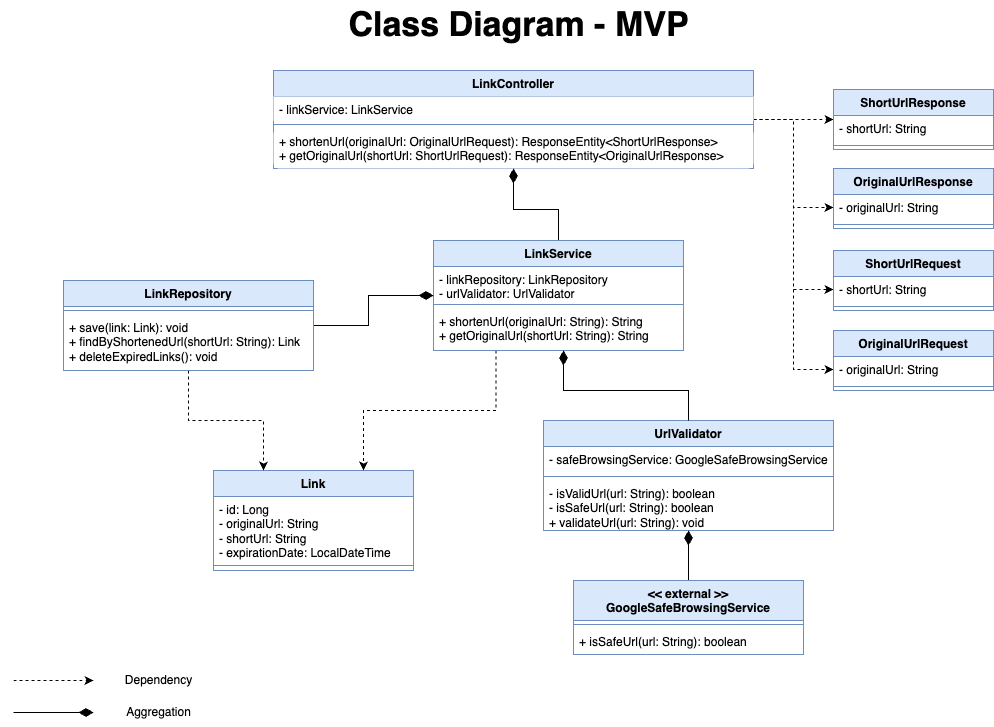
Before: docs/class-diagram.drawio.png, a diagram exported from draw.io (hamxy/LinkCut). Source tidied: cells renumbered, new cells last; positions are measured from the earlier drawing's top-left corner, leaving out a move shared by most shapes.
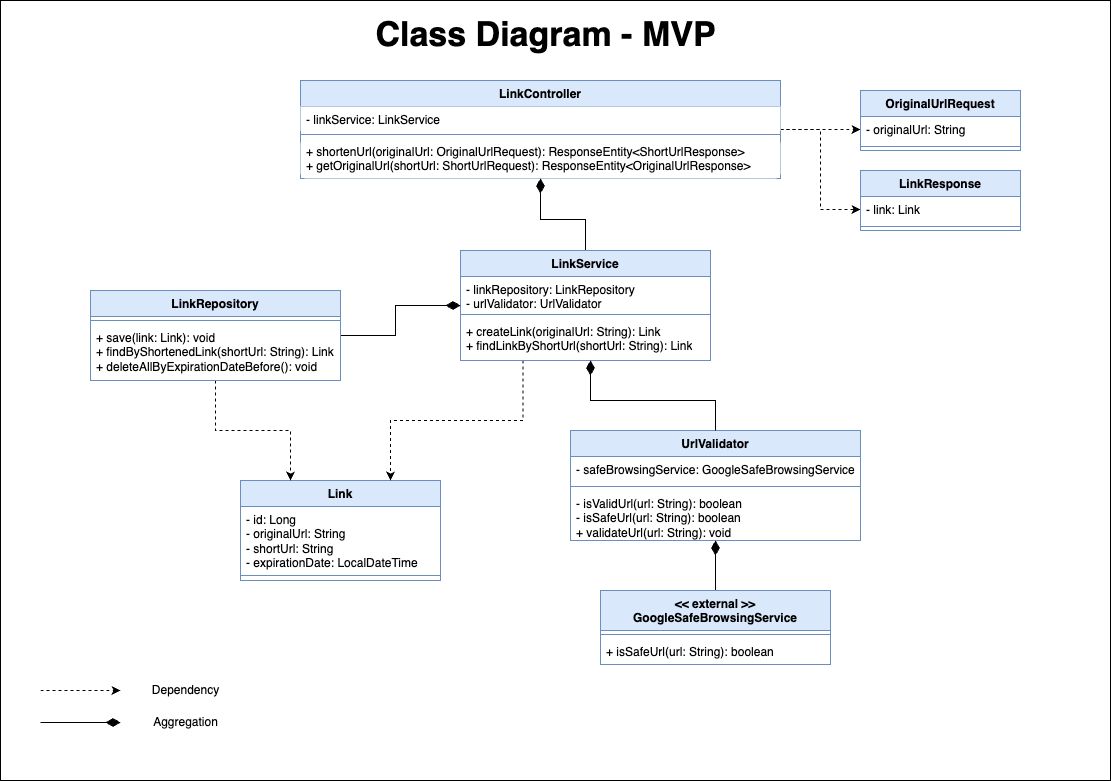
After the change.

The edit, as a diff of the source:
```diff
@@ -2,6 +2,9 @@
   <root>
     <mxCell id="0" />
     <mxCell id="1" parent="0" />
+    <mxCell id="50" style="rounded=0;whiteSpace=wrap;html=1;" parent="1" vertex="1">
+      <mxGeometry x="-40" y="-10" width="1110" height="780" as="geometry" />
+    </mxCell>
     <mxCell id="2" value="Link" style="swimlane;fontStyle=1;align=center;verticalAlign=top;horizontal=1;startSize=26;whiteSpace=wrap;html=1;fillColor=#dae8fc;strokeColor=#6c8ebf;shadow=0;" parent="1" vertex="1">
       <mxGeometry x="200" y="470" width="200" height="100" as="geometry" />
     </mxCell>
@@ -11,12 +14,6 @@
     <mxCell id="4" style="line;strokeWidth=1;fillColor=none;align=left;verticalAlign=middle;spacingTop=-1;spacingLeft=3;spacingRight=3;labelPosition=right;strokeColor=inherit;shadow=0;" parent="2" vertex="1">
       <mxGeometry y="90" width="200" height="10" as="geometry" />
     </mxCell>
-    <mxCell id="5" style="edgeStyle=orthogonalEdgeStyle;rounded=0;jettySize=auto;html=1;dashed=1;shadow=0;" parent="1" edge="1" source="9" target="28">
-      <mxGeometry relative="1" as="geometry" />
-    </mxCell>
-    <mxCell id="6" style="edgeStyle=orthogonalEdgeStyle;rounded=0;hachureGap=4;jettySize=auto;html=1;exitX=1;exitY=0.5;exitDx=0;exitDy=0;entryX=0;entryY=0.5;entryDx=0;entryDy=0;fontFamily=Architects Daughter;fontSource=https%3A%2F%2Ffonts.googleapis.com%2Fcss%3Ffamily%3DArchitects%2BDaughter;dashed=1;" parent="1" edge="1" source="9" target="48">
-      <mxGeometry relative="1" as="geometry" />
-    </mxCell>
     <mxCell id="7" style="edgeStyle=orthogonalEdgeStyle;rounded=0;hachureGap=4;jettySize=auto;html=1;exitX=1;exitY=0.5;exitDx=0;exitDy=0;entryX=0;entryY=0.5;entryDx=0;entryDy=0;fontFamily=Architects Daughter;fontSource=https%3A%2F%2Ffonts.googleapis.com%2Fcss%3Ffamily%3DArchitects%2BDaughter;dashed=1;" parent="1" edge="1" source="9" target="32">
       <mxGeometry relative="1" as="geometry" />
     </mxCell>
@@ -50,7 +47,7 @@
     <mxCell id="17" style="line;strokeWidth=1;fillColor=none;align=left;verticalAlign=middle;spacingTop=-1;spacingLeft=3;spacingRight=3;labelPosition=right;strokeColor=inherit;shadow=0;" parent="15" vertex="1">
       <mxGeometry y="60" width="250" height="8" as="geometry" />
     </mxCell>
-    <mxCell id="18" value="+ shortenUrl(originalUrl: String): String&lt;div&gt;+ getOriginalUrl(shortUrl: String): String&lt;/div&gt;" style="text;strokeColor=none;fillColor=none;align=left;verticalAlign=top;spacingLeft=4;spacingRight=4;overflow=hidden;points=[[0,0.5],[1,0.5]];portConstraint=eastwest;whiteSpace=wrap;html=1;shadow=0;" parent="15" vertex="1">
+    <mxCell id="18" value="+ createLink(originalUrl: String): Link&lt;div&gt;+ findLinkByShortUrl(shortUrl: String): Link&lt;/div&gt;" style="text;strokeColor=none;fillColor=none;align=left;verticalAlign=top;spacingLeft=4;spacingRight=4;overflow=hidden;points=[[0,0.5],[1,0.5]];portConstraint=eastwest;whiteSpace=wrap;html=1;shadow=0;" parent="15" vertex="1">
       <mxGeometry y="68" width="250" height="42" as="geometry" />
     </mxCell>
     <mxCell id="19" style="edgeStyle=orthogonalEdgeStyle;rounded=0;jettySize=auto;html=1;entryX=0.25;entryY=0;entryDx=0;entryDy=0;dashed=1;shadow=0;" parent="1" edge="1" source="21" target="2">
@@ -65,7 +62,7 @@
     <mxCell id="22" style="line;strokeWidth=1;fillColor=none;align=left;verticalAlign=middle;spacingTop=-1;spacingLeft=3;spacingRight=3;labelPosition=right;strokeColor=inherit;shadow=0;" parent="21" vertex="1">
       <mxGeometry y="26" width="250" height="8" as="geometry" />
     </mxCell>
-    <mxCell id="23" value="+ save(link: Link): void&lt;div&gt;+ findByShortenedUrl(shortUrl: String): Link&lt;/div&gt;&lt;div&gt;+ deleteExpiredLinks(): void&lt;/div&gt;" style="text;strokeColor=none;fillColor=none;align=left;verticalAlign=top;spacingLeft=4;spacingRight=4;overflow=hidden;whiteSpace=wrap;html=1;shadow=0;" parent="21" vertex="1">
+    <mxCell id="23" value="+ save(link: Link): void&lt;div&gt;+ findByShortenedLink(shortUrl: String): Link&lt;/div&gt;&lt;div&gt;+ deleteAllByExpirationDateBefore(): void&lt;/div&gt;" style="text;strokeColor=none;fillColor=none;align=left;verticalAlign=top;spacingLeft=4;spacingRight=4;overflow=hidden;whiteSpace=wrap;html=1;shadow=0;" parent="21" vertex="1">
       <mxGeometry y="34" width="250" height="56" as="geometry" />
     </mxCell>
     <mxCell id="24" value="UrlValidator" style="swimlane;fontStyle=1;align=center;verticalAlign=top;horizontal=1;startSize=26;whiteSpace=wrap;html=1;fillColor=#dae8fc;strokeColor=#6c8ebf;shadow=0;" parent="1" vertex="1">
@@ -80,17 +77,8 @@
     <mxCell id="27" value="- isValidUrl(url: String): boolean&lt;div&gt;- isSafeUrl(url: String): boolean&lt;/div&gt;&lt;div&gt;+ validateUrl(url: String): void&lt;/div&gt;" style="text;strokeColor=none;fillColor=none;align=left;verticalAlign=top;spacingLeft=4;spacingRight=4;overflow=hidden;whiteSpace=wrap;html=1;shadow=0;" parent="24" vertex="1">
       <mxGeometry y="60" width="290" height="50" as="geometry" />
     </mxCell>
-    <mxCell id="28" value="ShortUrlResponse" style="swimlane;fontStyle=1;align=center;verticalAlign=top;horizontal=1;startSize=26;whiteSpace=wrap;html=1;fillColor=#dae8fc;strokeColor=#6c8ebf;shadow=0;" parent="1" vertex="1">
-      <mxGeometry x="820" y="89" width="160" height="60" as="geometry" />
-    </mxCell>
-    <mxCell id="29" value="- shortUrl: String" style="text;strokeColor=none;fillColor=none;align=left;verticalAlign=top;spacingLeft=4;spacingRight=4;overflow=hidden;whiteSpace=wrap;html=1;shadow=0;" parent="28" vertex="1">
-      <mxGeometry y="26" width="160" height="26" as="geometry" />
-    </mxCell>
-    <mxCell id="30" style="line;strokeWidth=1;fillColor=none;align=left;verticalAlign=middle;spacingTop=-1;spacingLeft=3;spacingRight=3;labelPosition=right;strokeColor=inherit;shadow=0;" parent="28" vertex="1">
-      <mxGeometry y="52" width="160" height="8" as="geometry" />
-    </mxCell>
-    <mxCell id="31" value="OriginalUrlResponse" style="swimlane;fontStyle=1;align=center;verticalAlign=top;horizontal=1;startSize=26;whiteSpace=wrap;html=1;fillColor=#dae8fc;strokeColor=#6c8ebf;shadow=0;" parent="1" vertex="1">
-      <mxGeometry x="820" y="168" width="160" height="60" as="geometry" />
+    <mxCell id="31" value="OriginalUrlRequest" style="swimlane;fontStyle=1;align=center;verticalAlign=top;horizontal=1;startSize=26;whiteSpace=wrap;html=1;fillColor=#dae8fc;strokeColor=#6c8ebf;shadow=0;" parent="1" vertex="1">
+      <mxGeometry x="820" y="80" width="160" height="60" as="geometry" />
     </mxCell>
     <mxCell id="32" value="- originalUrl: String" style="text;strokeColor=none;fillColor=none;align=left;verticalAlign=top;spacingLeft=4;spacingRight=4;overflow=hidden;points=[[0,0.5],[1,0.5]];portConstraint=eastwest;whiteSpace=wrap;html=1;shadow=0;" parent="31" vertex="1">
       <mxGeometry y="26" width="160" height="26" as="geometry" />
@@ -134,23 +122,14 @@
     <mxCell id="43" value="Aggregation" style="text;html=1;align=center;verticalAlign=middle;strokeColor=none;fillColor=none;shadow=0;" parent="1" vertex="1">
       <mxGeometry x="100" y="697" width="90" height="30" as="geometry" />
     </mxCell>
-    <mxCell id="44" value="ShortUrlRequest&lt;span style=&quot;color: rgba(0, 0, 0, 0); font-family: monospace; font-size: 0px; font-weight: 400; text-align: start; text-wrap: nowrap;&quot;&gt;%3CmxGraphModel%3E%3Croot%3E%3CmxCell%20id%3D%220%22%2F%3E%3CmxCell%20id%3D%221%22%20parent%3D%220%22%2F%3E%3CmxCell%20id%3D%222%22%20value%3D%22ShortUrlResponse%22%20style%3D%22swimlane%3BfontStyle%3D1%3Balign%3Dcenter%3BverticalAlign%3Dtop%3BchildLayout%3DstackLayout%3Bhorizontal%3D1%3BstartSize%3D26%3BhorizontalStack%3D0%3BresizeParent%3D1%3BresizeParentMax%3D0%3BresizeLast%3D0%3Bcollapsible%3D1%3BmarginBottom%3D0%3BwhiteSpace%3Dwrap%3Bhtml%3D1%3BfillColor%3D%23dae8fc%3BstrokeColor%3D%236c8ebf%3Bshadow%3D0%3B%22%20vertex%3D%221%22%20parent%3D%221%22%3E%3CmxGeometry%20x%3D%22900%22%20y%3D%22109%22%20width%3D%22160%22%20height%3D%2260%22%20as%3D%22geometry%22%2F%3E%3C%2FmxCell%3E%3CmxCell%20id%3D%223%22%20value%3D%22-%20shortUrl%3A%20String%22%20style%3D%22text%3BstrokeColor%3Dnone%3BfillColor%3Dnone%3Balign%3Dleft%3BverticalAlign%3Dtop%3BspacingLeft%3D4%3BspacingRight%3D4%3Boverflow%3Dhidden%3Brotatable%3D0%3Bpoints%3D%5B%5B0%2C0.5%5D%2C%5B1%2C0.5%5D%5D%3BportConstraint%3Deastwest%3BwhiteSpace%3Dwrap%3Bhtml%3D1%3Bshadow%3D0%3B%22%20vertex%3D%221%22%20parent%3D%222%22%3E%3CmxGeometry%20y%3D%2226%22%20width%3D%22160%22%20height%3D%2226%22%20as%3D%22geometry%22%2F%3E%3C%2FmxCell%3E%3CmxCell%20id%3D%224%22%20value%3D%22%22%20style%3D%22line%3BstrokeWidth%3D1%3BfillColor%3Dnone%3Balign%3Dleft%3BverticalAlign%3Dmiddle%3BspacingTop%3D-1%3BspacingLeft%3D3%3BspacingRight%3D3%3Brotatable%3D0%3BlabelPosition%3Dright%3Bpoints%3D%5B%5D%3BportConstraint%3Deastwest%3BstrokeColor%3Dinherit%3Bshadow%3D0%3B%22%20vertex%3D%221%22%20parent%3D%222%22%3E%3CmxGeometry%20y%3D%2252%22%20width%3D%22160%22%20height%3D%228%22%20as%3D%22geometry%22%2F%3E%3C%2FmxCell%3E%3C%2Froot%3E%3C%2FmxGraphModel%3E&lt;/span&gt;" style="swimlane;fontStyle=1;align=center;verticalAlign=top;horizontal=1;startSize=26;whiteSpace=wrap;html=1;fillColor=#dae8fc;strokeColor=#6c8ebf;shadow=0;" parent="1" vertex="1">
-      <mxGeometry x="820" y="250" width="160" height="60" as="geometry" />
+    <mxCell id="44" value="LinkResponse" style="swimlane;fontStyle=1;align=center;verticalAlign=top;horizontal=1;startSize=26;whiteSpace=wrap;html=1;fillColor=#dae8fc;strokeColor=#6c8ebf;shadow=0;" parent="1" vertex="1">
+      <mxGeometry x="820" y="160" width="160" height="60" as="geometry" />
     </mxCell>
-    <mxCell id="45" value="- shortUrl: String" style="text;strokeColor=none;fillColor=none;align=left;verticalAlign=top;spacingLeft=4;spacingRight=4;overflow=hidden;points=[[0,0.5],[1,0.5]];portConstraint=eastwest;whiteSpace=wrap;html=1;shadow=0;" parent="44" vertex="1">
+    <mxCell id="45" value="- link: Link" style="text;strokeColor=none;fillColor=none;align=left;verticalAlign=top;spacingLeft=4;spacingRight=4;overflow=hidden;points=[[0,0.5],[1,0.5]];portConstraint=eastwest;whiteSpace=wrap;html=1;shadow=0;" parent="44" vertex="1">
       <mxGeometry y="26" width="160" height="26" as="geometry" />
     </mxCell>
     <mxCell id="46" style="line;strokeWidth=1;fillColor=none;align=left;verticalAlign=middle;spacingTop=-1;spacingLeft=3;spacingRight=3;labelPosition=right;strokeColor=inherit;shadow=0;" parent="44" vertex="1">
       <mxGeometry y="52" width="160" height="8" as="geometry" />
     </mxCell>
-    <mxCell id="47" value="OriginalUrlRequest" style="swimlane;fontStyle=1;align=center;verticalAlign=top;horizontal=1;startSize=26;whiteSpace=wrap;html=1;fillColor=#dae8fc;strokeColor=#6c8ebf;shadow=0;" parent="1" vertex="1">
-      <mxGeometry x="820" y="330" width="160" height="60" as="geometry" />
-    </mxCell>
-    <mxCell id="48" value="- originalUrl: String" style="text;strokeColor=none;fillColor=none;align=left;verticalAlign=top;spacingLeft=4;spacingRight=4;overflow=hidden;points=[[0,0.5],[1,0.5]];portConstraint=eastwest;whiteSpace=wrap;html=1;shadow=0;" parent="47" vertex="1">
-      <mxGeometry y="26" width="160" height="26" as="geometry" />
-    </mxCell>
-    <mxCell id="49" style="line;strokeWidth=1;fillColor=none;align=left;verticalAlign=middle;spacingTop=-1;spacingLeft=3;spacingRight=3;labelPosition=right;strokeColor=inherit;shadow=0;" parent="47" vertex="1">
-      <mxGeometry y="52" width="160" height="8" as="geometry" />
-    </mxCell>
   </root>
 </mxGraphModel>
```
